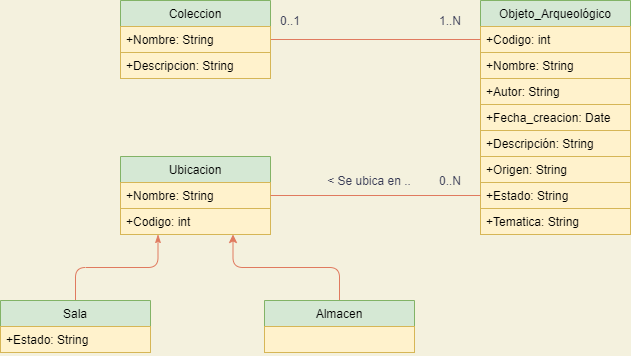
Before: MuseoDiagrama.png, a diagram exported from draw.io (CrisBlaMar/DiagramaUML). Source tidied: cells renumbered, new cells last; positions are measured from the earlier drawing's top-left corner, leaving out a move shared by most shapes. Its diagram source:
```xml
<mxGraphModel background="#F4F1DE">
  <root>
    <mxCell id="0" />
    <mxCell id="1" parent="0" />
    <mxCell id="2" value="Objeto_Arqueológico" style="swimlane;fontStyle=0;horizontal=1;startSize=26;rounded=0;sketch=0;fillColor=#d5e8d4;strokeColor=#82b366;" parent="1" vertex="1">
      <mxGeometry x="480" width="150" height="234" as="geometry" />
    </mxCell>
    <mxCell id="3" value="+Codigo: int" style="text;strokeColor=#d6b656;fillColor=#fff2cc;align=left;verticalAlign=top;spacingLeft=4;spacingRight=4;overflow=hidden;points=[[0,0.5],[1,0.5]];portConstraint=eastwest;" parent="2" vertex="1">
      <mxGeometry y="26" width="150" height="26" as="geometry" />
    </mxCell>
    <mxCell id="4" value="+Nombre: String" style="text;strokeColor=#d6b656;fillColor=#fff2cc;align=left;verticalAlign=top;spacingLeft=4;spacingRight=4;overflow=hidden;" parent="2" vertex="1">
      <mxGeometry y="52" width="150" height="26" as="geometry" />
    </mxCell>
    <mxCell id="5" value="+Autor: String" style="text;strokeColor=#d6b656;fillColor=#fff2cc;align=left;verticalAlign=top;spacingLeft=4;spacingRight=4;overflow=hidden;" parent="2" vertex="1">
      <mxGeometry y="78" width="150" height="26" as="geometry" />
    </mxCell>
    <mxCell id="6" value="+Fecha_creacion: Date" style="text;strokeColor=#d6b656;fillColor=#fff2cc;align=left;verticalAlign=top;spacingLeft=4;spacingRight=4;overflow=hidden;" parent="2" vertex="1">
      <mxGeometry y="104" width="150" height="26" as="geometry" />
    </mxCell>
    <mxCell id="7" value="+Descripción: String" style="text;strokeColor=#d6b656;fillColor=#fff2cc;align=left;verticalAlign=top;spacingLeft=4;spacingRight=4;overflow=hidden;" parent="2" vertex="1">
      <mxGeometry y="130" width="150" height="26" as="geometry" />
    </mxCell>
    <mxCell id="8" value="+Origen: String" style="text;strokeColor=#d6b656;fillColor=#fff2cc;align=left;verticalAlign=top;spacingLeft=4;spacingRight=4;overflow=hidden;" parent="2" vertex="1">
      <mxGeometry y="156" width="150" height="26" as="geometry" />
    </mxCell>
    <mxCell id="9" value="+Estado: String" style="text;strokeColor=#d6b656;fillColor=#fff2cc;align=left;verticalAlign=top;spacingLeft=4;spacingRight=4;overflow=hidden;points=[[0,0.5],[1,0.5]];portConstraint=eastwest;" parent="2" vertex="1">
      <mxGeometry y="182" width="150" height="26" as="geometry" />
    </mxCell>
    <mxCell id="10" value="+Tematica: String" style="text;strokeColor=#d6b656;fillColor=#fff2cc;align=left;verticalAlign=top;spacingLeft=4;spacingRight=4;overflow=hidden;points=[[0,0.5],[1,0.5]];portConstraint=eastwest;" parent="2" vertex="1">
      <mxGeometry y="208" width="150" height="26" as="geometry" />
    </mxCell>
    <mxCell id="11" style="edgeStyle=orthogonalEdgeStyle;curved=0;rounded=1;sketch=0;jettySize=auto;html=1;exitX=1;exitY=0.5;exitDx=0;exitDy=0;entryX=0;entryY=0.5;entryDx=0;entryDy=0;strokeColor=#E07A5F;fillColor=#F2CC8F;fontColor=#393C56;endArrow=none;endFill=0;" parent="1" edge="1" source="12" target="3">
      <mxGeometry relative="1" as="geometry" />
    </mxCell>
    <mxCell id="12" value="Coleccion" style="swimlane;fontStyle=0;horizontal=1;startSize=26;rounded=0;sketch=0;fillColor=#d5e8d4;strokeColor=#82b366;" parent="1" vertex="1">
      <mxGeometry x="120" width="150" height="78" as="geometry" />
    </mxCell>
    <mxCell id="13" value="+Nombre: String" style="text;strokeColor=#d6b656;fillColor=#fff2cc;align=left;verticalAlign=top;spacingLeft=4;spacingRight=4;overflow=hidden;points=[[0,0.5],[1,0.5]];portConstraint=eastwest;" parent="12" vertex="1">
      <mxGeometry y="26" width="150" height="26" as="geometry" />
    </mxCell>
    <mxCell id="14" value="+Descripcion: String" style="text;strokeColor=#d6b656;fillColor=#fff2cc;align=left;verticalAlign=top;spacingLeft=4;spacingRight=4;overflow=hidden;" parent="12" vertex="1">
      <mxGeometry y="52" width="150" height="26" as="geometry" />
    </mxCell>
    <mxCell id="15" style="edgeStyle=orthogonalEdgeStyle;curved=0;rounded=1;sketch=0;jettySize=auto;html=1;exitX=0.5;exitY=0;exitDx=0;exitDy=0;entryX=0.75;entryY=1;entryDx=0;entryDy=0;endArrow=classic;endFill=1;strokeColor=#E07A5F;fillColor=#F2CC8F;fontColor=#393C56;" parent="1" edge="1" source="16" target="18">
      <mxGeometry relative="1" as="geometry" />
    </mxCell>
    <mxCell id="16" value="Almacen" style="swimlane;fontStyle=0;horizontal=1;startSize=26;rounded=0;sketch=0;fillColor=#d5e8d4;strokeColor=#82b366;" parent="1" vertex="1">
      <mxGeometry x="264" y="300" width="150" height="52" as="geometry" />
    </mxCell>
    <mxCell id="17" style="text;strokeColor=#d6b656;fillColor=#fff2cc;align=left;verticalAlign=top;spacingLeft=4;spacingRight=4;overflow=hidden;" parent="16" vertex="1">
      <mxGeometry y="26" width="150" height="26" as="geometry" />
    </mxCell>
    <mxCell id="18" value="Ubicacion" style="swimlane;fontStyle=0;horizontal=1;startSize=26;rounded=0;sketch=0;fillColor=#d5e8d4;strokeColor=#82b366;" parent="1" vertex="1">
      <mxGeometry x="120" y="156" width="150" height="78" as="geometry" />
    </mxCell>
    <mxCell id="19" value="+Nombre: String" style="text;strokeColor=#d6b656;fillColor=#fff2cc;align=left;verticalAlign=top;spacingLeft=4;spacingRight=4;overflow=hidden;" parent="18" vertex="1">
      <mxGeometry y="26" width="150" height="26" as="geometry" />
    </mxCell>
    <mxCell id="20" value="+Codigo: int" style="text;strokeColor=#d6b656;fillColor=#fff2cc;align=left;verticalAlign=top;spacingLeft=4;spacingRight=4;overflow=hidden;points=[[0,0.5],[1,0.5]];portConstraint=eastwest;" parent="18" vertex="1">
      <mxGeometry y="52" width="150" height="26" as="geometry" />
    </mxCell>
    <mxCell id="21" style="edgeStyle=orthogonalEdgeStyle;curved=0;rounded=1;sketch=0;jettySize=auto;html=1;exitX=0.5;exitY=0;exitDx=0;exitDy=0;entryX=0.25;entryY=1;entryDx=0;entryDy=0;endArrow=classicThin;endFill=1;strokeColor=#E07A5F;fillColor=#F2CC8F;fontColor=#393C56;" parent="1" edge="1" source="22" target="18">
      <mxGeometry relative="1" as="geometry" />
    </mxCell>
    <mxCell id="22" value="Sala" style="swimlane;fontStyle=0;horizontal=1;startSize=26;rounded=0;sketch=0;fillColor=#d5e8d4;strokeColor=#82b366;" parent="1" vertex="1">
      <mxGeometry y="300" width="150" height="52" as="geometry" />
    </mxCell>
    <mxCell id="23" value="+Estado: String" style="text;strokeColor=#d6b656;fillColor=#fff2cc;align=left;verticalAlign=top;spacingLeft=4;spacingRight=4;overflow=hidden;" parent="22" vertex="1">
      <mxGeometry y="26" width="150" height="26" as="geometry" />
    </mxCell>
    <mxCell id="24" value="0..1" style="text;html=1;strokeColor=none;fillColor=none;align=center;verticalAlign=middle;whiteSpace=wrap;rounded=0;sketch=0;fontColor=#393C56;" parent="1" vertex="1">
      <mxGeometry x="270" y="10" width="40" height="20" as="geometry" />
    </mxCell>
    <mxCell id="25" value="1..N" style="text;html=1;strokeColor=none;fillColor=none;align=center;verticalAlign=middle;whiteSpace=wrap;rounded=0;sketch=0;fontColor=#393C56;" parent="1" vertex="1">
      <mxGeometry x="430" y="10" width="40" height="20" as="geometry" />
    </mxCell>
    <mxCell id="26" style="edgeStyle=orthogonalEdgeStyle;curved=0;rounded=1;sketch=0;jettySize=auto;html=1;exitX=0;exitY=0.5;exitDx=0;exitDy=0;entryX=1;entryY=0.5;entryDx=0;entryDy=0;endArrow=none;endFill=0;strokeColor=#E07A5F;fillColor=#F2CC8F;fontColor=#393C56;" parent="1" edge="1" source="9" target="18">
      <mxGeometry relative="1" as="geometry" />
    </mxCell>
    <mxCell id="27" value="&amp;lt; Se ubica en .." style="text;html=1;strokeColor=none;fillColor=none;align=center;verticalAlign=middle;whiteSpace=wrap;rounded=0;sketch=0;fontColor=#393C56;" parent="1" vertex="1">
      <mxGeometry x="324" y="170" width="90" height="20" as="geometry" />
    </mxCell>
    <mxCell id="28" value="0..N" style="text;html=1;strokeColor=none;fillColor=none;align=center;verticalAlign=middle;whiteSpace=wrap;rounded=0;sketch=0;fontColor=#393C56;" parent="1" vertex="1">
      <mxGeometry x="430" y="170" width="40" height="20" as="geometry" />
    </mxCell>
  </root>
</mxGraphModel>
```
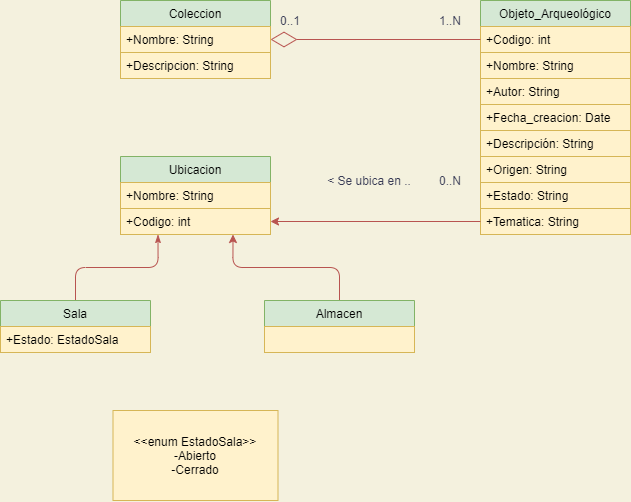
The same file after the commit.

Diff of the diagram source:
```diff
@@ -29,9 +29,6 @@
     <mxCell id="10" value="+Tematica: String" style="text;strokeColor=#d6b656;fillColor=#fff2cc;align=left;verticalAlign=top;spacingLeft=4;spacingRight=4;overflow=hidden;points=[[0,0.5],[1,0.5]];portConstraint=eastwest;" parent="2" vertex="1">
       <mxGeometry y="208" width="150" height="26" as="geometry" />
     </mxCell>
-    <mxCell id="11" style="edgeStyle=orthogonalEdgeStyle;curved=0;rounded=1;sketch=0;jettySize=auto;html=1;exitX=1;exitY=0.5;exitDx=0;exitDy=0;entryX=0;entryY=0.5;entryDx=0;entryDy=0;strokeColor=#E07A5F;fillColor=#F2CC8F;fontColor=#393C56;endArrow=none;endFill=0;" parent="1" edge="1" source="12" target="3">
-      <mxGeometry relative="1" as="geometry" />
-    </mxCell>
     <mxCell id="12" value="Coleccion" style="swimlane;fontStyle=0;horizontal=1;startSize=26;rounded=0;sketch=0;fillColor=#d5e8d4;strokeColor=#82b366;" parent="1" vertex="1">
       <mxGeometry x="120" width="150" height="78" as="geometry" />
     </mxCell>
@@ -41,7 +38,7 @@
     <mxCell id="14" value="+Descripcion: String" style="text;strokeColor=#d6b656;fillColor=#fff2cc;align=left;verticalAlign=top;spacingLeft=4;spacingRight=4;overflow=hidden;" parent="12" vertex="1">
       <mxGeometry y="52" width="150" height="26" as="geometry" />
     </mxCell>
-    <mxCell id="15" style="edgeStyle=orthogonalEdgeStyle;curved=0;rounded=1;sketch=0;jettySize=auto;html=1;exitX=0.5;exitY=0;exitDx=0;exitDy=0;entryX=0.75;entryY=1;entryDx=0;entryDy=0;endArrow=classic;endFill=1;strokeColor=#E07A5F;fillColor=#F2CC8F;fontColor=#393C56;" parent="1" edge="1" source="16" target="18">
+    <mxCell id="15" style="edgeStyle=orthogonalEdgeStyle;curved=0;rounded=1;sketch=0;jettySize=auto;html=1;exitX=0.5;exitY=0;exitDx=0;exitDy=0;entryX=0.75;entryY=1;entryDx=0;entryDy=0;endArrow=classic;endFill=1;strokeColor=#b85450;fillColor=#f8cecc;fontColor=#393C56;" parent="1" edge="1" source="16" target="18">
       <mxGeometry relative="1" as="geometry" />
     </mxCell>
     <mxCell id="16" value="Almacen" style="swimlane;fontStyle=0;horizontal=1;startSize=26;rounded=0;sketch=0;fillColor=#d5e8d4;strokeColor=#82b366;" parent="1" vertex="1">
@@ -59,13 +56,13 @@
     <mxCell id="20" value="+Codigo: int" style="text;strokeColor=#d6b656;fillColor=#fff2cc;align=left;verticalAlign=top;spacingLeft=4;spacingRight=4;overflow=hidden;points=[[0,0.5],[1,0.5]];portConstraint=eastwest;" parent="18" vertex="1">
       <mxGeometry y="52" width="150" height="26" as="geometry" />
     </mxCell>
-    <mxCell id="21" style="edgeStyle=orthogonalEdgeStyle;curved=0;rounded=1;sketch=0;jettySize=auto;html=1;exitX=0.5;exitY=0;exitDx=0;exitDy=0;entryX=0.25;entryY=1;entryDx=0;entryDy=0;endArrow=classicThin;endFill=1;strokeColor=#E07A5F;fillColor=#F2CC8F;fontColor=#393C56;" parent="1" edge="1" source="22" target="18">
+    <mxCell id="21" style="edgeStyle=orthogonalEdgeStyle;curved=0;rounded=1;sketch=0;jettySize=auto;html=1;exitX=0.5;exitY=0;exitDx=0;exitDy=0;entryX=0.25;entryY=1;entryDx=0;entryDy=0;endArrow=classicThin;endFill=1;strokeColor=#b85450;fillColor=#f8cecc;fontColor=#393C56;" parent="1" edge="1" source="22" target="18">
       <mxGeometry relative="1" as="geometry" />
     </mxCell>
     <mxCell id="22" value="Sala" style="swimlane;fontStyle=0;horizontal=1;startSize=26;rounded=0;sketch=0;fillColor=#d5e8d4;strokeColor=#82b366;" parent="1" vertex="1">
       <mxGeometry y="300" width="150" height="52" as="geometry" />
     </mxCell>
-    <mxCell id="23" value="+Estado: String" style="text;strokeColor=#d6b656;fillColor=#fff2cc;align=left;verticalAlign=top;spacingLeft=4;spacingRight=4;overflow=hidden;" parent="22" vertex="1">
+    <mxCell id="23" value="+Estado: EstadoSala" style="text;strokeColor=#d6b656;fillColor=#fff2cc;align=left;verticalAlign=top;spacingLeft=4;spacingRight=4;overflow=hidden;" parent="22" vertex="1">
       <mxGeometry y="26" width="150" height="26" as="geometry" />
     </mxCell>
     <mxCell id="24" value="0..1" style="text;html=1;strokeColor=none;fillColor=none;align=center;verticalAlign=middle;whiteSpace=wrap;rounded=0;sketch=0;fontColor=#393C56;" parent="1" vertex="1">
@@ -74,14 +71,23 @@
     <mxCell id="25" value="1..N" style="text;html=1;strokeColor=none;fillColor=none;align=center;verticalAlign=middle;whiteSpace=wrap;rounded=0;sketch=0;fontColor=#393C56;" parent="1" vertex="1">
       <mxGeometry x="430" y="10" width="40" height="20" as="geometry" />
     </mxCell>
-    <mxCell id="26" style="edgeStyle=orthogonalEdgeStyle;curved=0;rounded=1;sketch=0;jettySize=auto;html=1;exitX=0;exitY=0.5;exitDx=0;exitDy=0;entryX=1;entryY=0.5;entryDx=0;entryDy=0;endArrow=none;endFill=0;strokeColor=#E07A5F;fillColor=#F2CC8F;fontColor=#393C56;" parent="1" edge="1" source="9" target="18">
-      <mxGeometry relative="1" as="geometry" />
-    </mxCell>
     <mxCell id="27" value="&amp;lt; Se ubica en .." style="text;html=1;strokeColor=none;fillColor=none;align=center;verticalAlign=middle;whiteSpace=wrap;rounded=0;sketch=0;fontColor=#393C56;" parent="1" vertex="1">
       <mxGeometry x="324" y="170" width="90" height="20" as="geometry" />
     </mxCell>
     <mxCell id="28" value="0..N" style="text;html=1;strokeColor=none;fillColor=none;align=center;verticalAlign=middle;whiteSpace=wrap;rounded=0;sketch=0;fontColor=#393C56;" parent="1" vertex="1">
       <mxGeometry x="430" y="170" width="40" height="20" as="geometry" />
     </mxCell>
+    <mxCell id="29" style="rounded=0;whiteSpace=wrap;html=1;fillColor=#fff2cc;strokeColor=#d6b656;" parent="1" vertex="1">
+      <mxGeometry x="112.5" y="410" width="165" height="90" as="geometry" />
+    </mxCell>
+    <mxCell id="30" value="&amp;lt;&amp;lt;enum EstadoSala&amp;gt;&amp;gt;&lt;br&gt;-Abierto&lt;br&gt;-Cerrado" style="text;html=1;strokeColor=none;fillColor=none;align=center;verticalAlign=middle;whiteSpace=wrap;rounded=0;" parent="1" vertex="1">
+      <mxGeometry x="115" y="415" width="160" height="80" as="geometry" />
+    </mxCell>
+    <mxCell id="31" style="edgeStyle=orthogonalEdgeStyle;rounded=0;jettySize=auto;html=1;exitX=0;exitY=0.5;exitDx=0;exitDy=0;entryX=1;entryY=0.5;entryDx=0;entryDy=0;fillColor=#f8cecc;strokeColor=#b85450;" parent="1" edge="1" source="10" target="20">
+      <mxGeometry relative="1" as="geometry" />
+    </mxCell>
+    <mxCell id="32" style="endArrow=diamondThin;endFill=0;endSize=24;html=1;entryX=1;entryY=0.5;entryDx=0;entryDy=0;fillColor=#f8cecc;strokeColor=#b85450;exitX=0;exitY=0.5;exitDx=0;exitDy=0;" parent="1" edge="1" source="3" target="13">
+      <mxGeometry relative="1" as="geometry" />
+    </mxCell>
   </root>
 </mxGraphModel>
```
